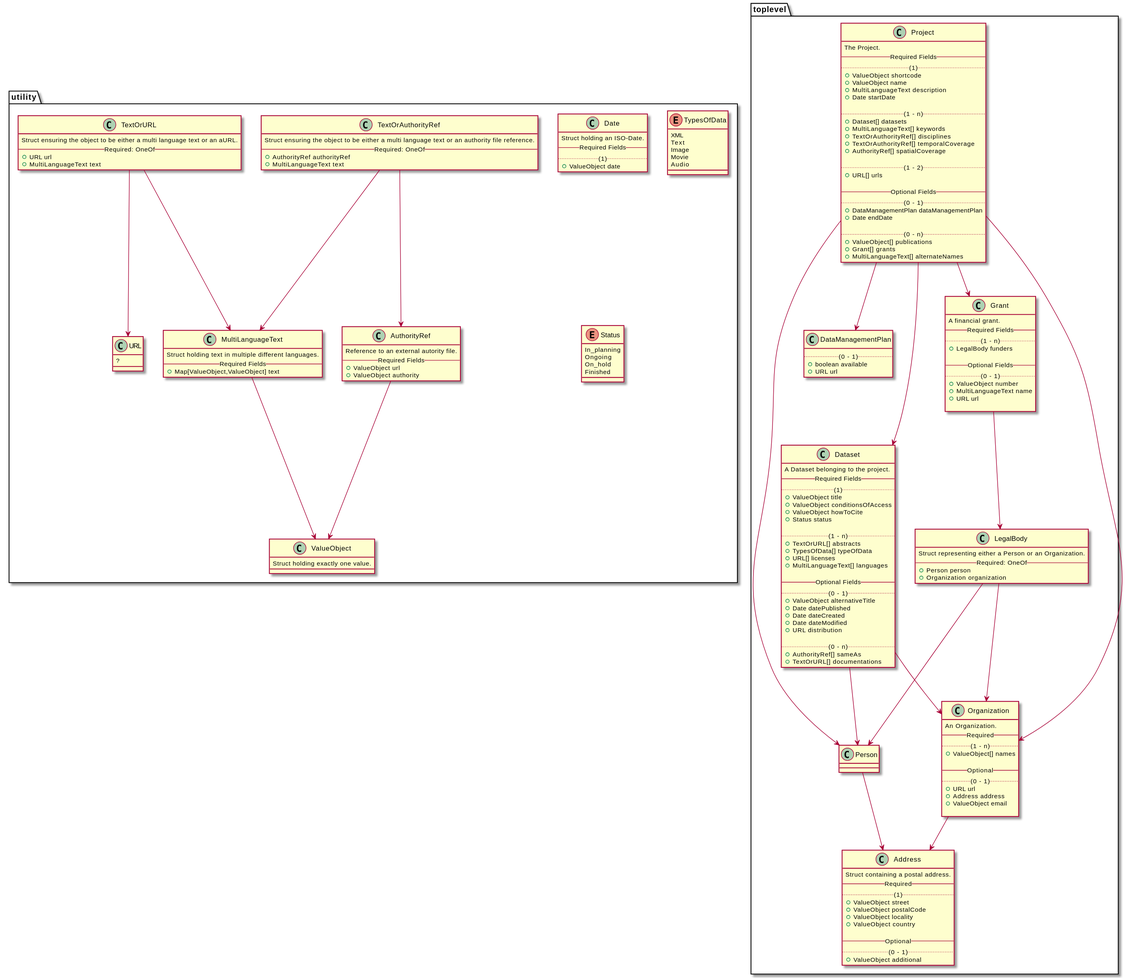
dasch-swiss/dasch-service-platform keeps this PlantUML diagram as docs/services/metadata/domain-entities.svg. Above is the earlier version.
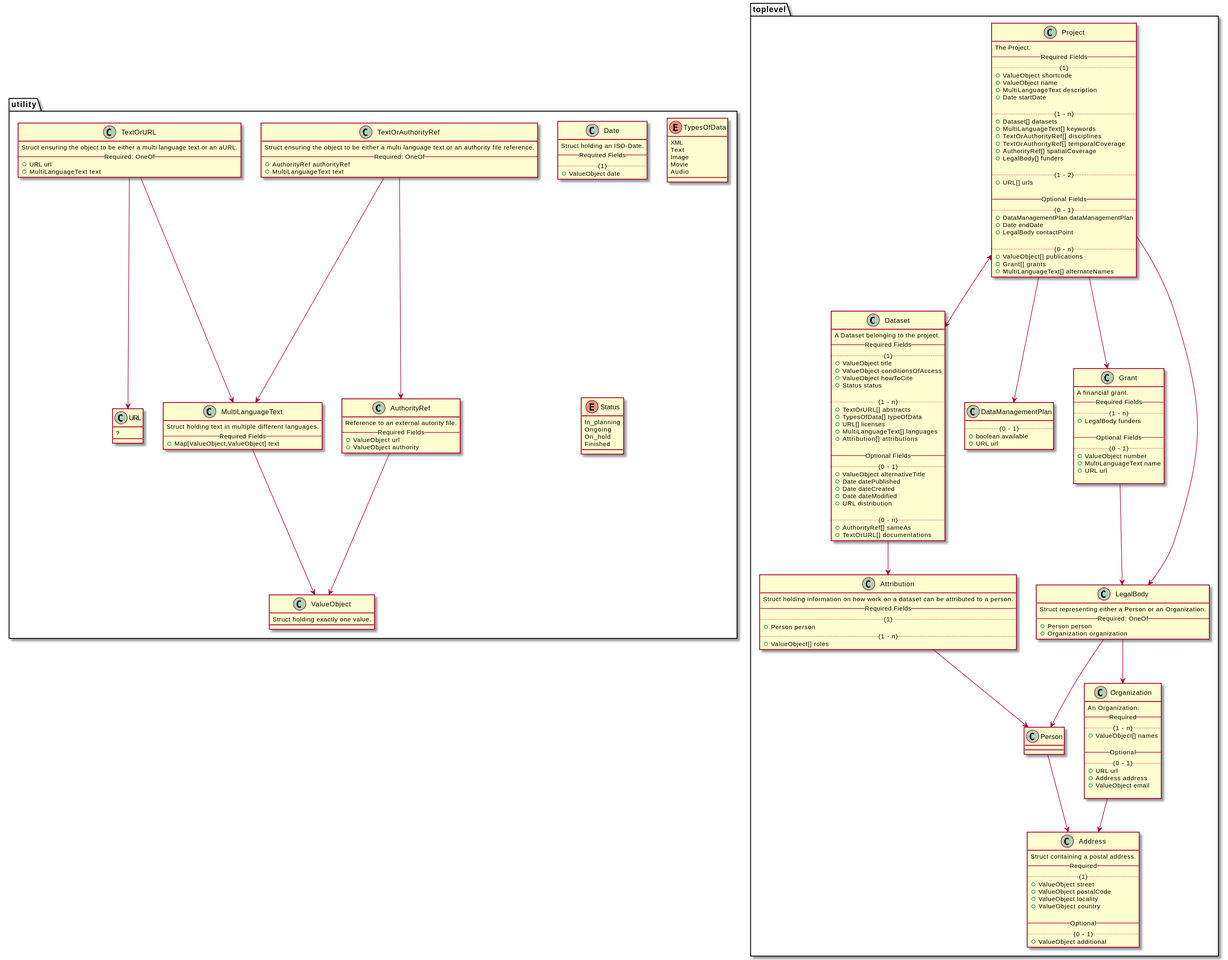
Above is the later version.

Diff of the diagram source:
```diff
@@ -16,6 +16,7 @@
     +TextOrAuthorityRef[] disciplines
     +TextOrAuthorityRef[] temporalCoverage
     +AuthorityRef[] spatialCoverage
+    +LegalBody[] funders
 
     .. (1 - 2) ..
     +URL[] urls
@@ -24,6 +25,7 @@
     .. (0 - 1) ..
     +DataManagementPlan dataManagementPlan
     +Date endDate
+    +LegalBody contactPoint
 
     .. (0 - n) ..
     +ValueObject[] publications
@@ -45,6 +47,7 @@
     +TypesOfData[] typeOfData
     +URL[] licenses
     +MultiLanguageText[] languages
+    +Attribution[] attributions
 
     -- Optional Fields --
     .. (0 - 1) ..
@@ -117,6 +120,15 @@
     +ValueObject additional
   }
 
+  class Attribution {
+    Struct holding information on how work on a dataset can be attributed to a person.
+    -- Required Fields --
+    .. (1) ..
+    +Person person
+    .. (1 - n) ..
+    +ValueObject[] roles
+  }
+
 
 }
 
@@ -183,13 +195,12 @@
 }
 
 
-Project --> Dataset
+Project <--> Dataset
 Project --> DataManagementPlan
 Project --> Grant
-Project --> Person
-Project --> Organization
-Dataset --> Person
-Dataset --> Organization
+Project --> LegalBody
+Dataset --> Attribution
+Attribution --> Person
 Grant --> LegalBody
 LegalBody --> Person
 LegalBody --> Organization
```
